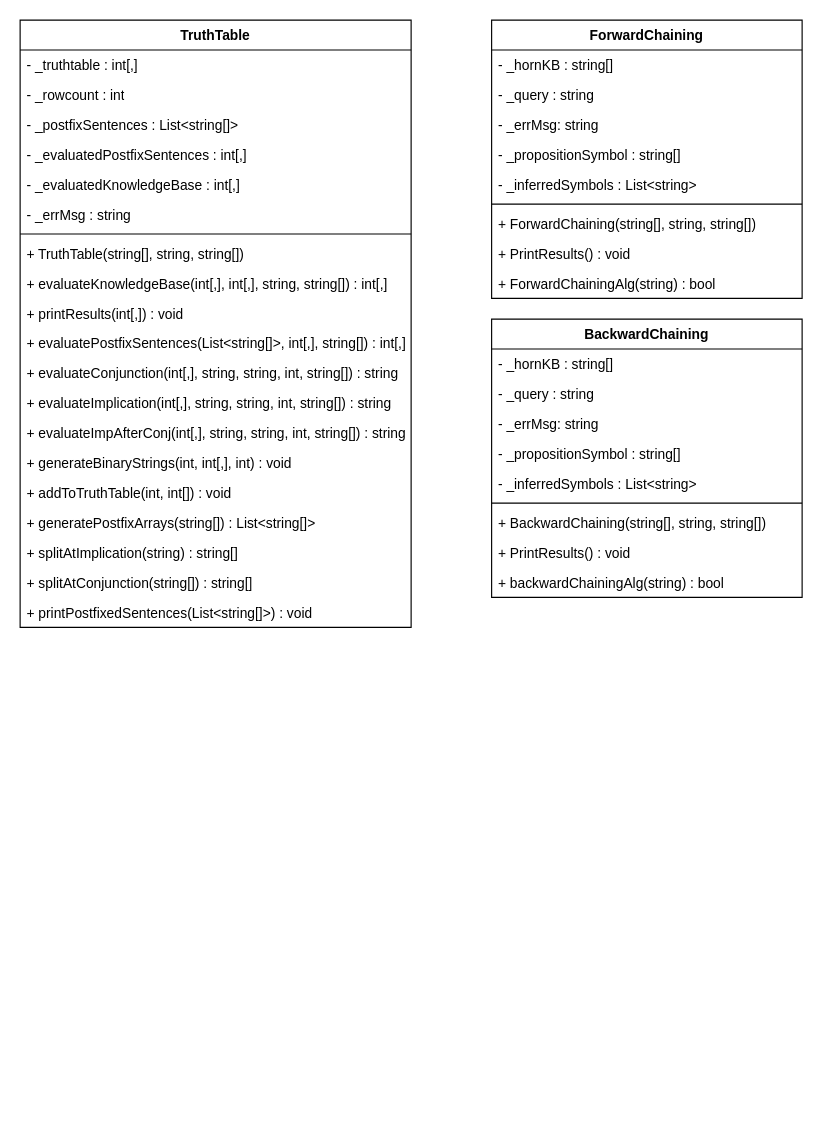
Before: draw.io UML Diagrams.drawio in MagmaArcade/Inference-Engine, a draw.io diagram. Source tidied: cells renumbered, new cells numbered last; positions are measured from the earlier drawing's top-left corner, leaving out a move shared by most shapes. Both pictures are drawn from the tidied source at 115%, with x=0, y=0 at pixel (20, 20).
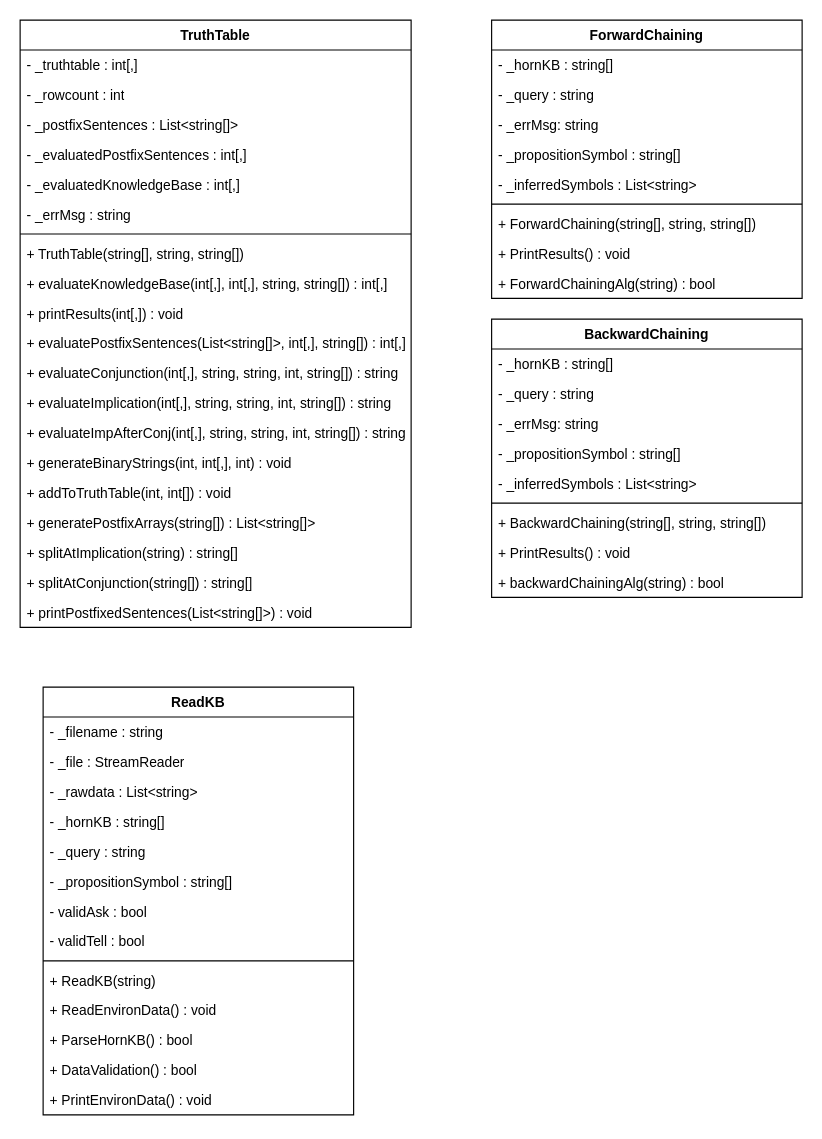
The same diagram, later.

Diff of the diagram source:
```diff
@@
+    <mxCell id="43" value="ReadKB" style="swimlane;fontStyle=1;align=center;verticalAlign=top;horizontal=1;startSize=26;whiteSpace=wrap;html=1;" parent="1" vertex="1">
+      <mxGeometry x="20" y="580" width="270" height="372" as="geometry" />
+    </mxCell>
+    <mxCell id="44" value="- _filename : string" style="text;strokeColor=none;fillColor=none;align=left;verticalAlign=top;spacingLeft=4;spacingRight=4;overflow=hidden;whiteSpace=wrap;html=1;" parent="43" vertex="1">
+      <mxGeometry y="26" width="270" height="26" as="geometry" />
+    </mxCell>
+    <mxCell id="45" value="- _file : StreamReader" style="text;strokeColor=none;fillColor=none;align=left;verticalAlign=top;spacingLeft=4;spacingRight=4;overflow=hidden;whiteSpace=wrap;html=1;" parent="43" vertex="1">
+      <mxGeometry y="52" width="270" height="26" as="geometry" />
+    </mxCell>
+    <mxCell id="46" value="- _rawdata : List&amp;lt;string&amp;gt;" style="text;strokeColor=none;fillColor=none;align=left;verticalAlign=top;spacingLeft=4;spacingRight=4;overflow=hidden;whiteSpace=wrap;html=1;" parent="43" vertex="1">
+      <mxGeometry y="78" width="270" height="26" as="geometry" />
+    </mxCell>
+    <mxCell id="47" value="- _hornKB : string[]" style="text;strokeColor=none;fillColor=none;align=left;verticalAlign=top;spacingLeft=4;spacingRight=4;overflow=hidden;whiteSpace=wrap;html=1;" parent="43" vertex="1">
+      <mxGeometry y="104" width="270" height="26" as="geometry" />
+    </mxCell>
+    <mxCell id="48" value="- _query : string" style="text;strokeColor=none;fillColor=none;align=left;verticalAlign=top;spacingLeft=4;spacingRight=4;overflow=hidden;whiteSpace=wrap;html=1;" parent="43" vertex="1">
+      <mxGeometry y="130" width="270" height="26" as="geometry" />
+    </mxCell>
+    <mxCell id="49" value="- _propositionSymbol : string[]" style="text;strokeColor=none;fillColor=none;align=left;verticalAlign=top;spacingLeft=4;spacingRight=4;overflow=hidden;whiteSpace=wrap;html=1;" parent="43" vertex="1">
+      <mxGeometry y="156" width="270" height="26" as="geometry" />
+    </mxCell>
+    <mxCell id="50" value="- validAsk : bool" style="text;strokeColor=none;fillColor=none;align=left;verticalAlign=top;spacingLeft=4;spacingRight=4;overflow=hidden;whiteSpace=wrap;html=1;" parent="43" vertex="1">
+      <mxGeometry y="182" width="270" height="26" as="geometry" />
+    </mxCell>
+    <mxCell id="51" value="- validTell : bool" style="text;strokeColor=none;fillColor=none;align=left;verticalAlign=top;spacingLeft=4;spacingRight=4;overflow=hidden;whiteSpace=wrap;html=1;" parent="43" vertex="1">
+      <mxGeometry y="208" width="270" height="26" as="geometry" />
+    </mxCell>
+    <mxCell id="52" style="line;strokeWidth=1;fillColor=none;align=left;verticalAlign=middle;spacingTop=-1;spacingLeft=3;spacingRight=3;labelPosition=right;strokeColor=inherit;" parent="43" vertex="1">
+      <mxGeometry y="234" width="270" height="8" as="geometry" />
+    </mxCell>
+    <mxCell id="53" value="+ ReadKB(string)" style="text;strokeColor=none;fillColor=none;align=left;verticalAlign=top;spacingLeft=4;spacingRight=4;overflow=hidden;whiteSpace=wrap;html=1;" parent="43" vertex="1">
+      <mxGeometry y="242" width="270" height="26" as="geometry" />
+    </mxCell>
+    <mxCell id="54" value="+ ReadEnvironData() : void" style="text;strokeColor=none;fillColor=none;align=left;verticalAlign=top;spacingLeft=4;spacingRight=4;overflow=hidden;whiteSpace=wrap;html=1;" parent="43" vertex="1">
+      <mxGeometry y="268" width="270" height="26" as="geometry" />
+    </mxCell>
+    <mxCell id="55" value="+ ParseHornKB() : bool" style="text;strokeColor=none;fillColor=none;align=left;verticalAlign=top;spacingLeft=4;spacingRight=4;overflow=hidden;whiteSpace=wrap;html=1;" parent="43" vertex="1">
+      <mxGeometry y="294" width="270" height="26" as="geometry" />
+    </mxCell>
+    <mxCell id="56" value="+ DataValidation() : bool" style="text;strokeColor=none;fillColor=none;align=left;verticalAlign=top;spacingLeft=4;spacingRight=4;overflow=hidden;whiteSpace=wrap;html=1;" parent="43" vertex="1">
+      <mxGeometry y="320" width="270" height="26" as="geometry" />
+    </mxCell>
+    <mxCell id="57" value="+ PrintEnvironData() : void" style="text;strokeColor=none;fillColor=none;align=left;verticalAlign=top;spacingLeft=4;spacingRight=4;overflow=hidden;whiteSpace=wrap;html=1;" parent="43" vertex="1">
+      <mxGeometry y="346" width="270" height="26" as="geometry" />
+    </mxCell>
```
